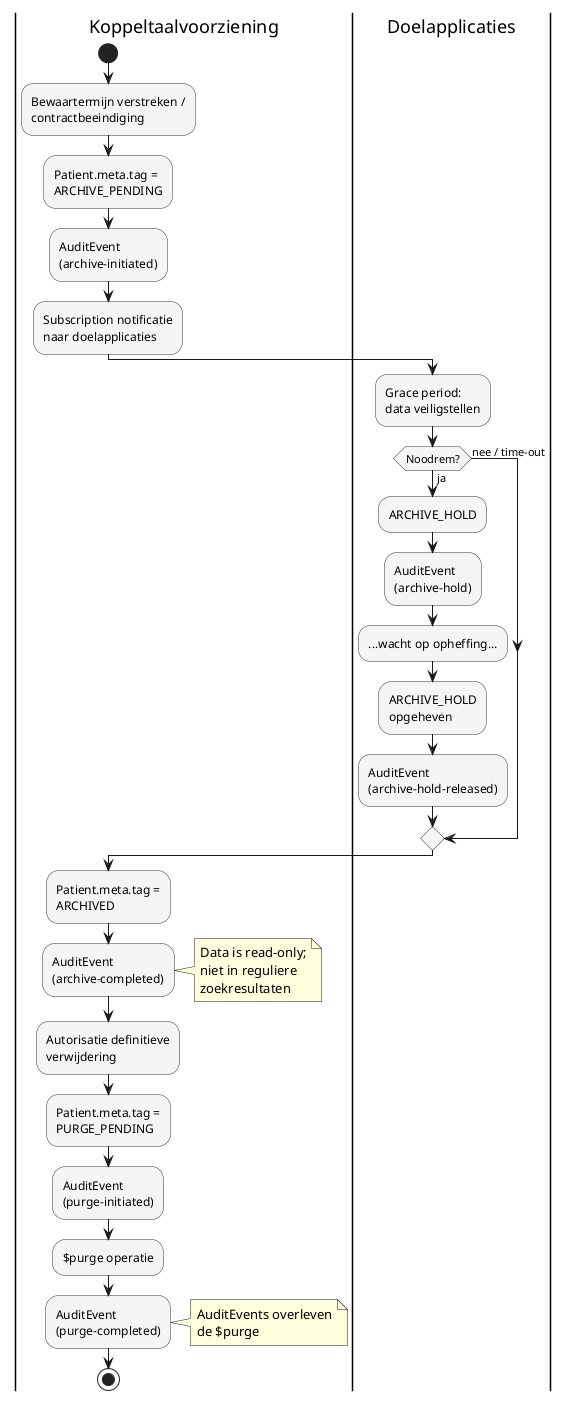
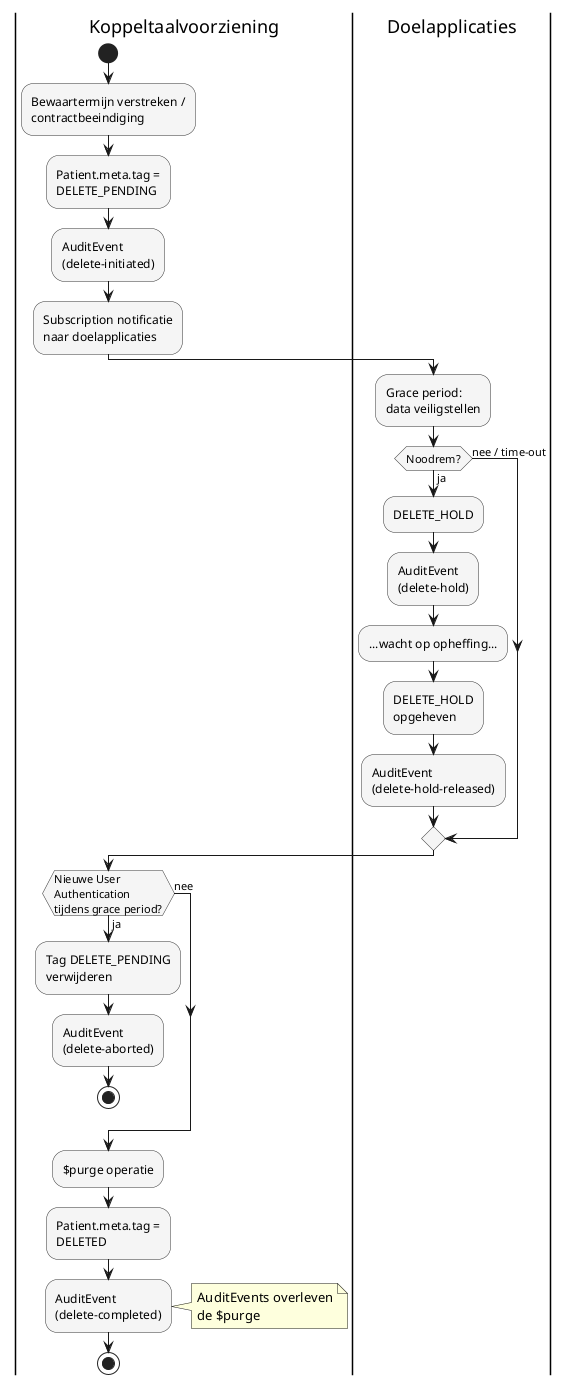
@startuml archivering-overzicht

skinparam activity {
  BackgroundColor #f5f5f5
  BorderColor #333333
}

|Koppeltaalvoorziening|
start
:Bewaartermijn verstreken /\ncontractbeeindiging;

|Koppeltaalvoorziening|
- :Patient.meta.tag =\nARCHIVE_PENDING;
- :AuditEvent\n(archive-initiated);
+ :Patient.meta.tag =\nDELETE_PENDING;
+ :AuditEvent\n(delete-initiated);
:Subscription notificatie\nnaar doelapplicaties;

|Doelapplicaties|
:Grace period:\ndata veiligstellen;

if (Noodrem?) then (ja)
-   :ARCHIVE_HOLD;
-   :AuditEvent\n(archive-hold);
+   :DELETE_HOLD;
+   :AuditEvent\n(delete-hold);
  :...wacht op opheffing...;
-   :ARCHIVE_HOLD\nopgeheven;
-   :AuditEvent\n(archive-hold-released);
+   :DELETE_HOLD\nopgeheven;
+   :AuditEvent\n(delete-hold-released);
else (nee / time-out)
endif

|Koppeltaalvoorziening|
- :Patient.meta.tag =\nARCHIVED;
- :AuditEvent\n(archive-completed);
- note right
-   Data is read-only;
-   niet in reguliere
-   zoekresultaten
- end note
+ if (Nieuwe User\nAuthentication\ntijdens grace period?) then (ja)
+   :Tag DELETE_PENDING\nverwijderen;
+   :AuditEvent\n(delete-aborted);
+   stop
+ else (nee)
+ endif

|Koppeltaalvoorziening|
- :Autorisatie definitieve\nverwijdering;
- 
- |Koppeltaalvoorziening|
- :Patient.meta.tag =\nPURGE_PENDING;
- :AuditEvent\n(purge-initiated);
- 
:$purge operatie;
- :AuditEvent\n(purge-completed);
+ :Patient.meta.tag =\nDELETED;
+ :AuditEvent\n(delete-completed);
note right
  AuditEvents overleven
  de $purge
end note

stop

@enduml
